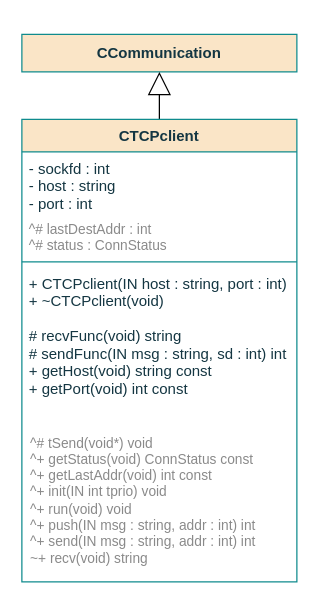
ESRGgroup9/slipad keeps this draw.io diagram as page "Class" (1 of 4) of documentation/flowcharts/02Classes/CTCPclient.drawio. Above is the earlier version. Source tidied: cells renumbered, new cells numbered last; positions are measured from the earlier drawing's top-left corner, leaving out a move shared by most shapes. Both pictures are drawn from the tidied source at 125%, with x=0, y=0 at pixel (21, 34).
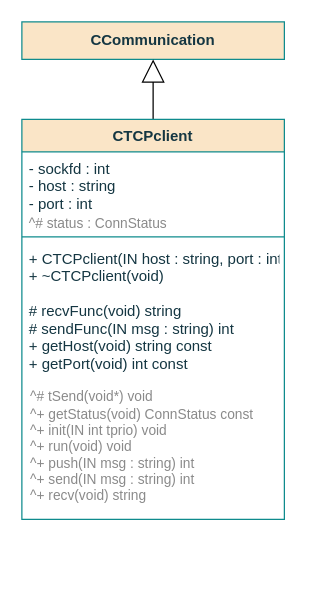
The same diagram, later.

The edit, as a diff of the source:
```diff
@@
 <mxGraphModel>
   <root>
     <mxCell id="0" />
     <mxCell id="1" parent="0" />
     <mxCell id="2" value="CCommunication" style="rounded=0;whiteSpace=wrap;html=1;sketch=0;fontColor=#143642;strokeColor=#0F8B8D;fillColor=#FAE5C7;fontStyle=1;" parent="1" vertex="1">
-      <mxGeometry width="220" height="30" as="geometry" />
+      <mxGeometry y="-10" width="210" height="30" as="geometry" />
     </mxCell>
-    <mxCell id="3" style="endArrow=block;endSize=16;endFill=0;html=1;rounded=0;exitX=0.5;exitY=0;exitDx=0;exitDy=0;entryX=0.5;entryY=1;entryDx=0;entryDy=0;" parent="1" edge="1" source="4" target="2">
-      <mxGeometry relative="1" as="geometry" />
+    <mxCell id="3" style="endArrow=block;endSize=16;endFill=0;html=1;rounded=0;exitX=0.5;exitY=0;exitDx=0;exitDy=0;entryX=0.5;entryY=1;entryDx=0;entryDy=0;" parent="1" edge="1" target="2">
+      <mxGeometry relative="1" as="geometry">
+        <mxPoint x="105" y="70" as="sourcePoint" />
+      </mxGeometry>
     </mxCell>
     <mxCell id="4" value="CTCPclient" style="swimlane;fontStyle=1;align=center;verticalAlign=top;horizontal=1;startSize=26;fillColor=#FAE5C7;strokeColor=#0F8B8D;fontColor=#143642;" parent="1" vertex="1">
-      <mxGeometry y="68" width="220" height="370" as="geometry" />
+      <mxGeometry y="68" width="210" height="320" as="geometry" />
     </mxCell>
     <mxCell id="5" value="- sockfd : int&#10;- host : string&#10;- port : int&#10;&#10;" style="text;strokeColor=none;fillColor=none;align=left;verticalAlign=top;spacingLeft=4;spacingRight=4;overflow=hidden;fontColor=#143642;" parent="4" vertex="1">
-      <mxGeometry y="26" width="220" height="84" as="geometry" />
+      <mxGeometry y="26" width="210" height="64" as="geometry" />
     </mxCell>
     <mxCell id="6" style="line;strokeWidth=1;fillColor=none;align=left;verticalAlign=middle;spacingTop=-1;spacingLeft=3;spacingRight=3;labelPosition=right;labelBackgroundColor=#DAD2D8;strokeColor=#0F8B8D;fontColor=#143642;" parent="4" vertex="1">
-      <mxGeometry y="110" width="220" height="8" as="geometry" />
+      <mxGeometry y="90" width="210" height="8" as="geometry" />
     </mxCell>
-    <mxCell id="7" value="+ CTCPclient(IN host : string, port : int)&#10;+ ~CTCPclient(void)&#10;&#10;# recvFunc(void) string&#10;# sendFunc(IN msg : string, sd : int) int&#10;+ getHost(void) string const&#10;+ getPort(void) int const&#10; " style="text;strokeColor=none;fillColor=none;align=left;verticalAlign=top;spacingLeft=4;spacingRight=4;overflow=hidden;fontColor=#143642;" parent="4" vertex="1">
-      <mxGeometry y="118" width="220" height="252" as="geometry" />
+    <mxCell id="7" value="+ CTCPclient(IN host : string, port : int)&#10;+ ~CTCPclient(void)&#10;&#10;# recvFunc(void) string&#10;# sendFunc(IN msg : string) int&#10;+ getHost(void) string const&#10;+ getPort(void) int const&#10; " style="text;strokeColor=none;fillColor=none;align=left;verticalAlign=top;spacingLeft=4;spacingRight=4;overflow=hidden;fontColor=#143642;" parent="4" vertex="1">
+      <mxGeometry y="98" width="210" height="222" as="geometry" />
     </mxCell>
+    <mxCell id="10" value="&lt;div style=&quot;font-size: 11px&quot;&gt;&lt;font style=&quot;font-size: 11px&quot; color=&quot;#8A8A8A&quot;&gt;^# tSend(void*) void&lt;br&gt;&lt;/font&gt;&lt;/div&gt;&lt;div style=&quot;font-size: 11px&quot;&gt;&lt;font style=&quot;font-size: 11px&quot; color=&quot;#8A8A8A&quot;&gt;^+ getStatus(void) ConnStatus const&lt;br style=&quot;font-size: 11px&quot;&gt;&lt;/font&gt;&lt;/div&gt;&lt;div style=&quot;font-size: 11px&quot;&gt;&lt;font style=&quot;font-size: 11px&quot; color=&quot;#8A8A8A&quot;&gt;^+ init(IN int tprio) void&lt;/font&gt;&lt;/div&gt;&lt;div style=&quot;font-size: 11px&quot;&gt;&lt;font style=&quot;font-size: 11px&quot; color=&quot;#8A8A8A&quot;&gt;^+ run(void) void&lt;br&gt;&lt;/font&gt;&lt;/div&gt;&lt;font style=&quot;font-size: 11px&quot; color=&quot;#8A8A8A&quot;&gt;^+ push(IN msg : string) int&lt;br style=&quot;font-size: 11px&quot;&gt;^+ send(IN msg : string) int&lt;br style=&quot;font-size: 11px&quot;&gt;&lt;/font&gt;&lt;div&gt;&lt;font style=&quot;font-size: 11px&quot; color=&quot;#8A8A8A&quot;&gt;^+ recv(void) string&lt;/font&gt;&lt;/div&gt;" style="text;html=1;align=left;verticalAlign=middle;strokeColor=none;fillColor=none;opacity=10;fontSize=11;" parent="1" vertex="1">
+      <mxGeometry x="5" y="275" width="210" height="110" as="geometry" />
+    </mxCell>
-    <mxCell id="8" value="&lt;br&gt;&lt;div&gt;&lt;font style=&quot;font-size: 11px&quot; color=&quot;#8A8A8A&quot;&gt;^# lastDestAddr : int&lt;br&gt;&lt;/font&gt;&lt;/div&gt;&lt;div&gt;&lt;font style=&quot;font-size: 11px&quot; color=&quot;#8A8A8A&quot;&gt;^# status : ConnStatus&lt;br&gt;&lt;/font&gt;&lt;/div&gt;" style="text;html=1;align=left;verticalAlign=middle;strokeColor=none;fillColor=none;opacity=10;fontSize=11;" parent="1" vertex="1">
-      <mxGeometry x="4" y="131" width="140" height="50" as="geometry" />
+    <mxCell id="8" value="&lt;br&gt;&lt;div&gt;&lt;font style=&quot;font-size: 11px&quot; color=&quot;#8A8A8A&quot;&gt;^# status : ConnStatus&lt;br&gt;&lt;/font&gt;&lt;/div&gt;" style="text;html=1;align=left;verticalAlign=middle;strokeColor=none;fillColor=none;opacity=10;fontSize=11;" parent="1" vertex="1">
+      <mxGeometry x="4" y="129" width="140" height="30" as="geometry" />
     </mxCell>
-    <mxCell id="9" value="&lt;div style=&quot;font-size: 11px&quot;&gt;&lt;font style=&quot;font-size: 11px&quot; color=&quot;#8A8A8A&quot;&gt;^# tSend(void*) void&lt;br&gt;&lt;/font&gt;&lt;/div&gt;&lt;font color=&quot;#8A8A8A&quot;&gt;^+ getStatus(void) ConnStatus const&lt;br&gt;^+ getLastAddr(void) int const&lt;br&gt;^+ init(IN int tprio) void&lt;br&gt;^+ run(void) void&lt;br&gt;^+ push(IN msg : string, addr : int) int&lt;br&gt;^+ send(IN msg : string, addr : int) int&lt;br&gt;~+ recv(void) string&lt;/font&gt;&lt;font style=&quot;font-size: 11px&quot; color=&quot;#8A8A8A&quot;&gt;&lt;/font&gt;" style="text;html=1;align=left;verticalAlign=middle;strokeColor=none;fillColor=none;opacity=10;fontSize=11;" parent="1" vertex="1">
-      <mxGeometry x="5" y="313" width="210" height="120" as="geometry" />
-    </mxCell>
   </root>
 </mxGraphModel>
```
